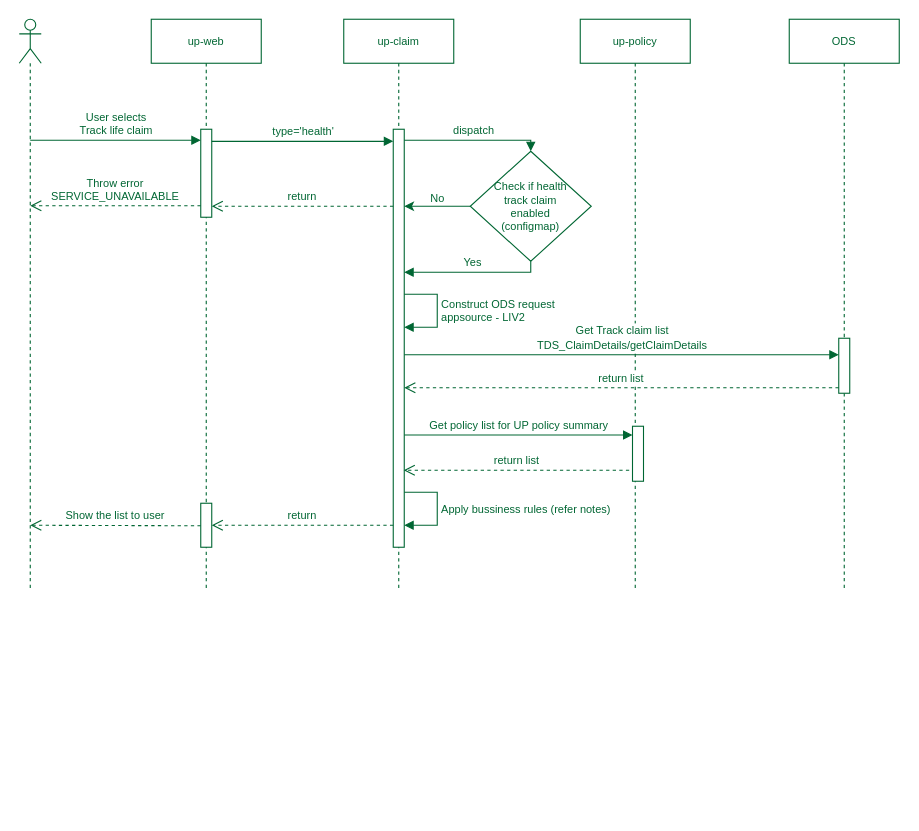
ajeeshraj56/drawio keeps this draw.io diagram as page "Health" (3 of 3) of Track-claim.drawio. Above is the earlier version. Source tidied: cells renumbered, new cells numbered last; positions are measured from the earlier drawing's top-left corner, leaving out a move shared by most shapes. Both pictures are drawn from the tidied source at 110%, with x=0, y=0 at pixel (19, 19).
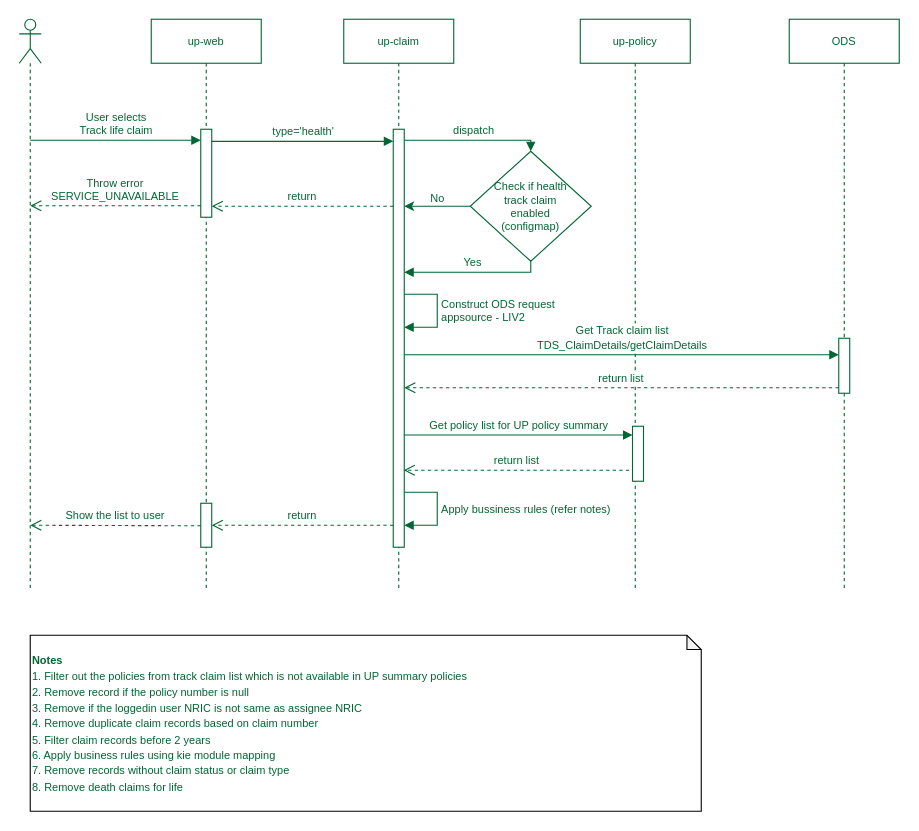
After the change.

Change to the diagram source:
```diff
@@
+    <mxCell id="29" value="&lt;font color=&quot;#006633&quot; style=&quot;font-size: 10px;&quot;&gt;&lt;b&gt;Notes&lt;/b&gt;&lt;br&gt;&lt;font style=&quot;font-size: 10px;&quot;&gt;1. Filter out the policies from track claim list whi&lt;span style=&quot;background-color: rgb(255, 255, 255);&quot;&gt;ch is not available in UP summary policies&lt;/span&gt;&lt;br style=&quot;border-color: var(--border-color); background-color: rgb(255, 255, 255);&quot;&gt;&lt;span style=&quot;background-color: rgb(255, 255, 255);&quot;&gt;2. Remove record if the policy number is null&lt;/span&gt;&lt;/font&gt;&lt;br&gt;3. Remove if the loggedin user NRIC is not same as assignee NRIC&lt;font style=&quot;border-color: var(--border-color); font-size: 10px;&quot;&gt;&lt;br style=&quot;border-color: var(--border-color);&quot;&gt;&lt;/font&gt;&lt;span style=&quot;border-color: var(--border-color);&quot;&gt;4.&amp;nbsp;&lt;/span&gt;Remove duplicate claim records based on claim number&lt;br&gt;5. Filter claim records before 2 years&lt;br&gt;6. Apply business rules using kie module mapping&lt;br&gt;7. Remove records without claim status or claim type&lt;br&gt;8. Remove death claims for life&amp;nbsp;&lt;/font&gt;" style="shape=note;whiteSpace=wrap;html=1;backgroundOutline=1;darkOpacity=0.05;size=13;align=left;" parent="1" vertex="1">
+      <mxGeometry x="10" y="560" width="610" height="160" as="geometry" />
+    </mxCell>
```
